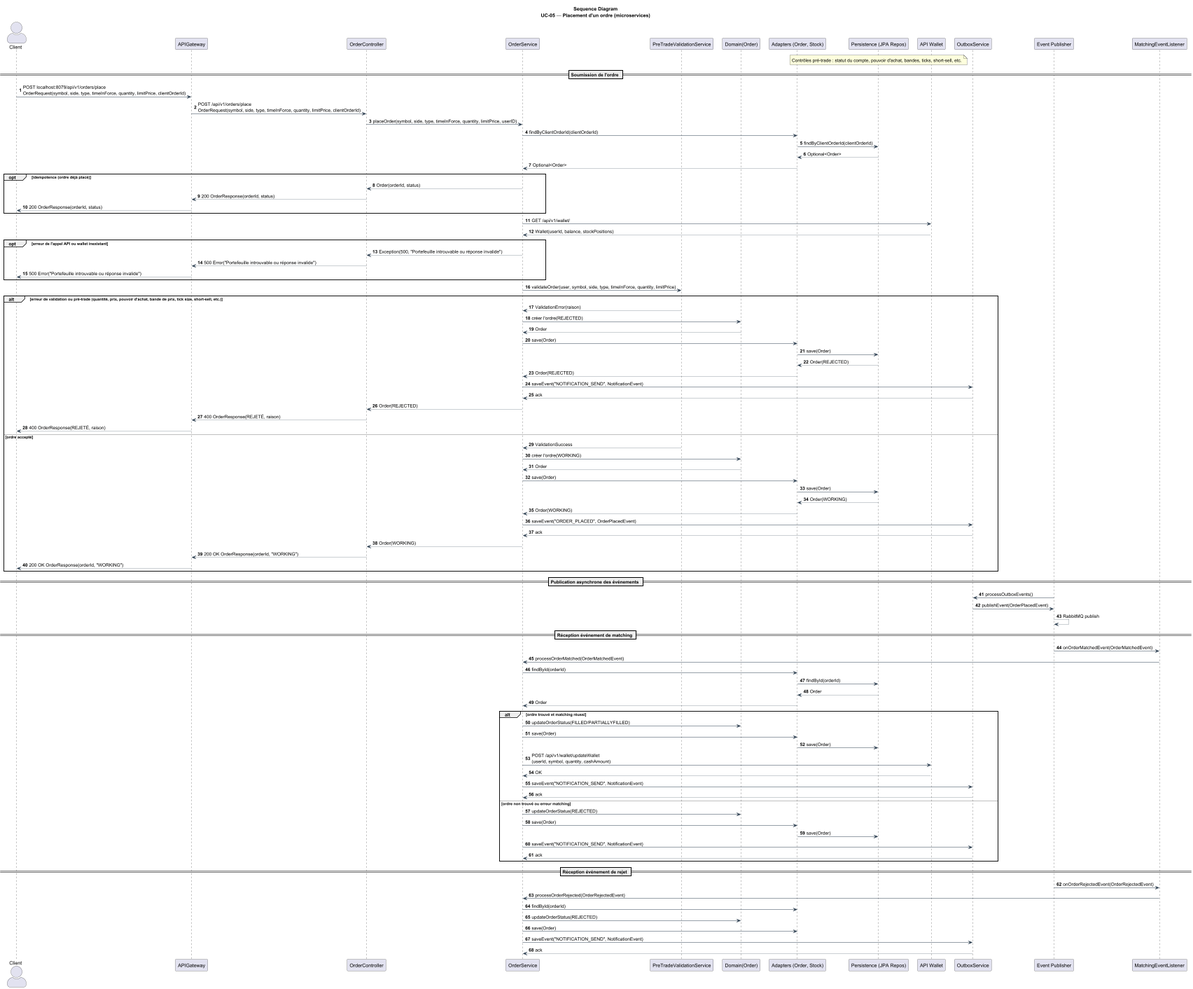
Hugo-12341234/BrokerX_MicroServices keeps this PlantUML diagram as docs/architecture/4+1/processView/sequenceDiagrams/sequenceDiagramUC05.png. Above is the earlier version.
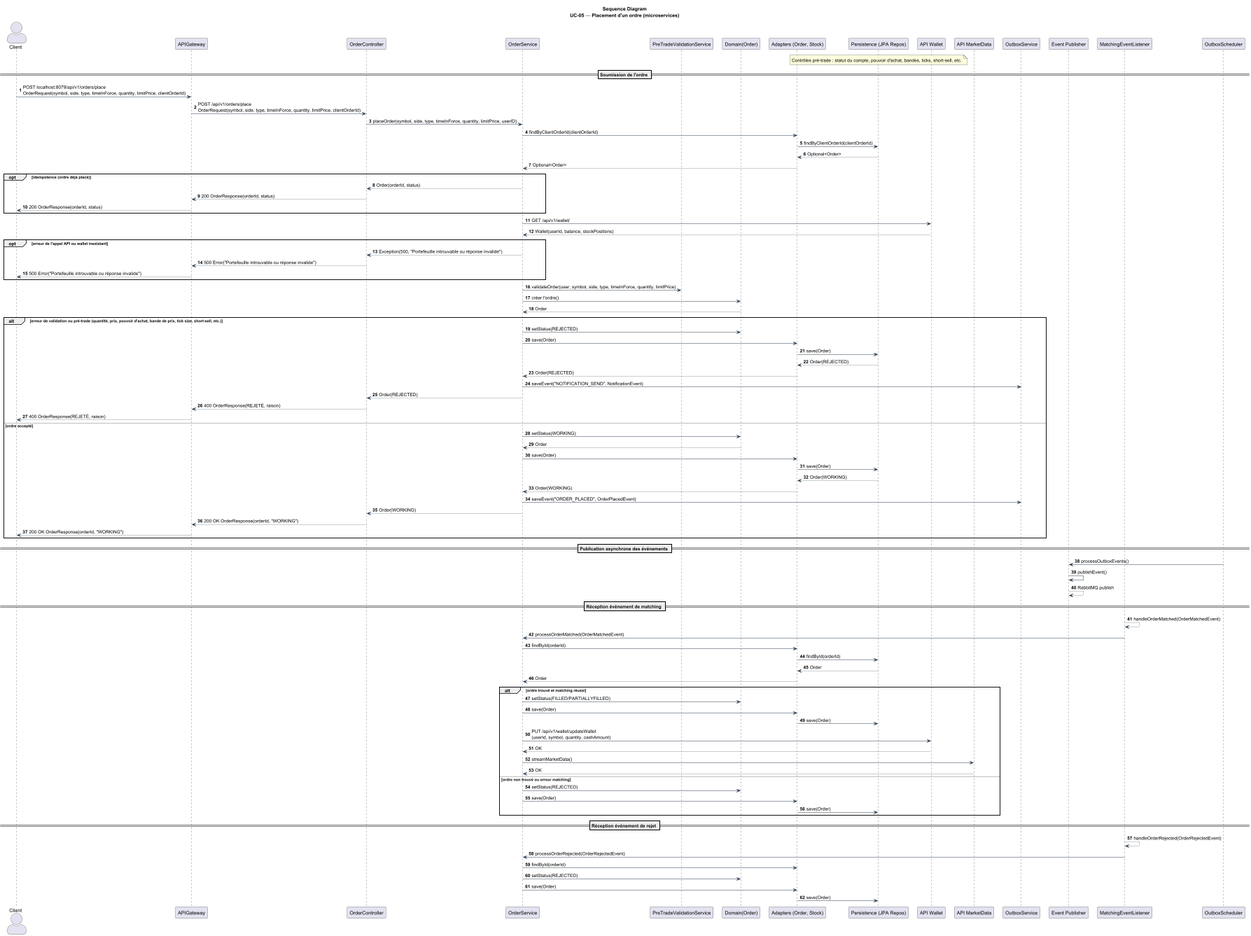
After the commit.

Commit message:
UC05 sequence diagram done, UC07 verification

Change to the diagram source:
```diff
@@ -18,9 +18,11 @@
 participant "Adapters (Order, Stock)" as Adapters
 participant "Persistence (JPA Repos)" as Persistence
 participant "API Wallet" as WalletAPI
+participant "API MarketData" as MDAPI
 participant "OutboxService" as Outbox
 participant "Event Publisher" as EventBus
 participant "MatchingEventListener" as Listener
+participant "OutboxScheduler" as Scheduler
 
 note over Persistence
 Contrôles pré-trade : statut du compte, pouvoir d'achat, bandes, ticks, short-sell, etc.
@@ -52,33 +54,30 @@
 end
 
 OrderService -> PreTradeValidationService: validateOrder(user, symbol, side, type, timeInForce, quantity, limitPrice)
+OrderService -> Domain: créer l'ordre()
+Domain --> OrderService: Order
 
 alt erreur de validation ou pré-trade (quantité, prix, pouvoir d'achat, bande de prix, tick size, short-sell, etc.)
-  PreTradeValidationService --> OrderService: ValidationError(raison)
-    OrderService -> Domain: créer l'ordre(REJECTED)
-      Domain --> OrderService: Order
-      OrderService -> Adapters: save(Order)
+    OrderService -> Domain: setStatus(REJECTED)
+    OrderService -> Adapters: save(Order)
     Adapters -> Persistence: save(Order)
     Persistence --> Adapters: Order(REJECTED)
     Adapters --> OrderService: Order(REJECTED)
 
     OrderService -> Outbox: saveEvent("NOTIFICATION_SEND", NotificationEvent)
-    Outbox --> OrderService: ack
 
   OrderService --> OrderController: Order(REJECTED)
   OrderController --> APIGateway: 400 OrderResponse(REJETÉ, raison)
   APIGateway --> Client: 400 OrderResponse(REJETÉ, raison)
 else ordre accepté
-    PreTradeValidationService --> OrderService: ValidationSuccess
-  OrderService -> Domain: créer l'ordre(WORKING)
-    Domain --> OrderService: Order
-    OrderService -> Adapters: save(Order)
+  OrderService -> Domain: setStatus(WORKING)
+  Domain --> OrderService: Order
+  OrderService -> Adapters: save(Order)
   Adapters -> Persistence: save(Order)
   Persistence --> Adapters: Order(WORKING)
   Adapters --> OrderService: Order(WORKING)
 
   OrderService -> Outbox: saveEvent("ORDER_PLACED", OrderPlacedEvent)
-  Outbox --> OrderService: ack
 
   OrderService --> OrderController: Order(WORKING)
   OrderController --> APIGateway: 200 OK OrderResponse(orderId, "WORKING")
@@ -86,12 +85,12 @@
 end
 
 == Publication asynchrone des événements ==
-EventBus -> Outbox: processOutboxEvents()
-Outbox -> EventBus: publishEvent(OrderPlacedEvent)
+Scheduler -> EventBus: processOutboxEvents()
+EventBus -> EventBus: publishEvent()
 EventBus --> EventBus: RabbitMQ publish
 
 == Réception événement de matching ==
-EventBus -> Listener: onOrderMatchedEvent(OrderMatchedEvent)
+Listener --> Listener: handleOrderMatched(OrderMatchedEvent)
 Listener -> OrderService: processOrderMatched(OrderMatchedEvent)
 
 OrderService -> Adapters: findById(orderId)
@@ -100,33 +99,28 @@
 Adapters --> OrderService: Order
 
 alt ordre trouvé et matching réussi
-    OrderService -> Domain: updateOrderStatus(FILLED/PARTIALLYFILLED)
+    OrderService -> Domain: setStatus(FILLED/PARTIALLYFILLED)
     OrderService -> Adapters: save(Order)
     Adapters -> Persistence: save(Order)
 
-    OrderService -> WalletAPI: POST /api/v1/wallet/updateWallet\n(userId, symbol, quantity, cashAmount)
+    OrderService -> WalletAPI: PUT /api/v1/wallet/updateWallet\n(userId, symbol, quantity, cashAmount)
     WalletAPI --> OrderService: OK
 
-    OrderService -> Outbox: saveEvent("NOTIFICATION_SEND", NotificationEvent)
-    Outbox --> OrderService: ack
+    OrderService -> MDAPI: streamMarketData()
+    MDAPI --> OrderService: OK
 else ordre non trouvé ou erreur matching
-    OrderService -> Domain: updateOrderStatus(REJECTED)
+    OrderService -> Domain: setStatus(REJECTED)
     OrderService -> Adapters: save(Order)
     Adapters -> Persistence: save(Order)
-
-    OrderService -> Outbox: saveEvent("NOTIFICATION_SEND", NotificationEvent)
-    Outbox --> OrderService: ack
 end
 
 == Réception événement de rejet ==
-EventBus -> Listener: onOrderRejectedEvent(OrderRejectedEvent)
+Listener --> Listener: handleOrderRejected(OrderRejectedEvent)
 Listener -> OrderService: processOrderRejected(OrderRejectedEvent)
 
 OrderService -> Adapters: findById(orderId)
-OrderService -> Domain: updateOrderStatus(REJECTED)
+OrderService -> Domain: setStatus(REJECTED)
 OrderService -> Adapters: save(Order)
-
-OrderService -> Outbox: saveEvent("NOTIFICATION_SEND", NotificationEvent)
-Outbox --> OrderService: ack
+Adapters -> Persistence: save(Order)
 
 @enduml
```
